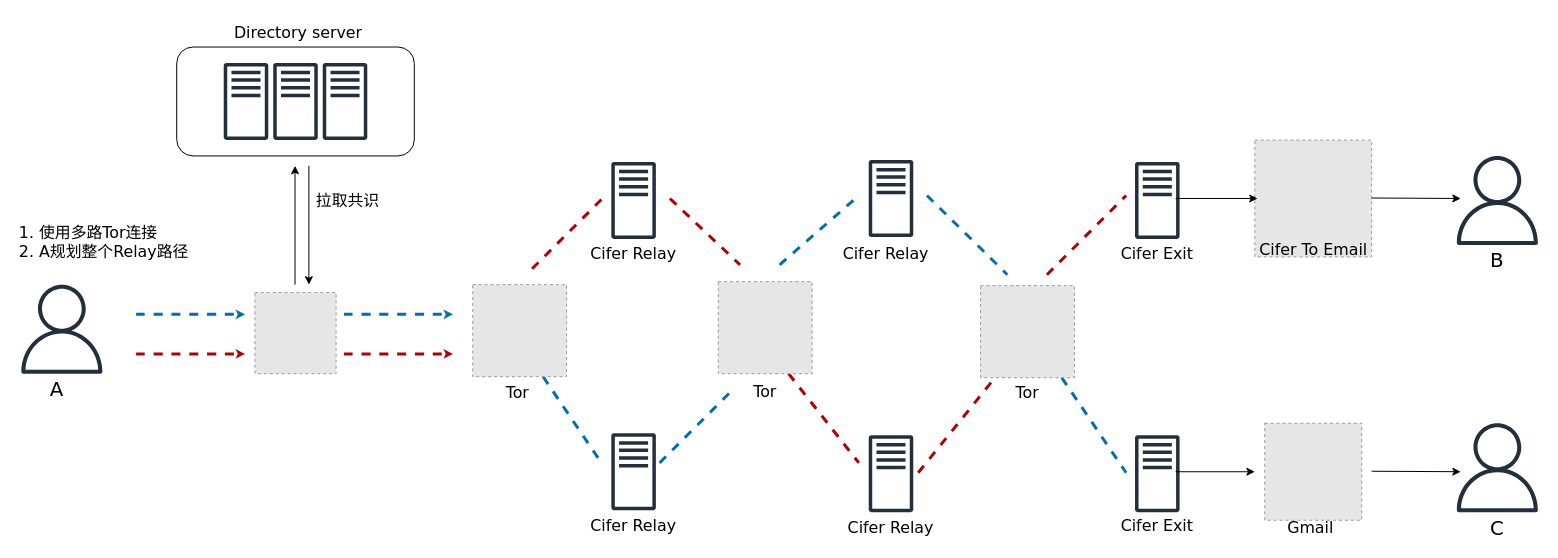
The draw.io diagram page "第 17 页" (17 of 18) of src/main/java/Untitled Diagram.drawio in fiking1984/packetAnalyze, before the edit. Source tidied: cells renumbered, new cells numbered last; positions are measured from the earlier drawing's top-left corner, leaving out a move shared by most shapes. Both pictures are drawn from the tidied source at 99%, with x=0, y=0 at pixel (17, 17). Pictures stored in the file or linked from it are replaced by grey dashed boxes.
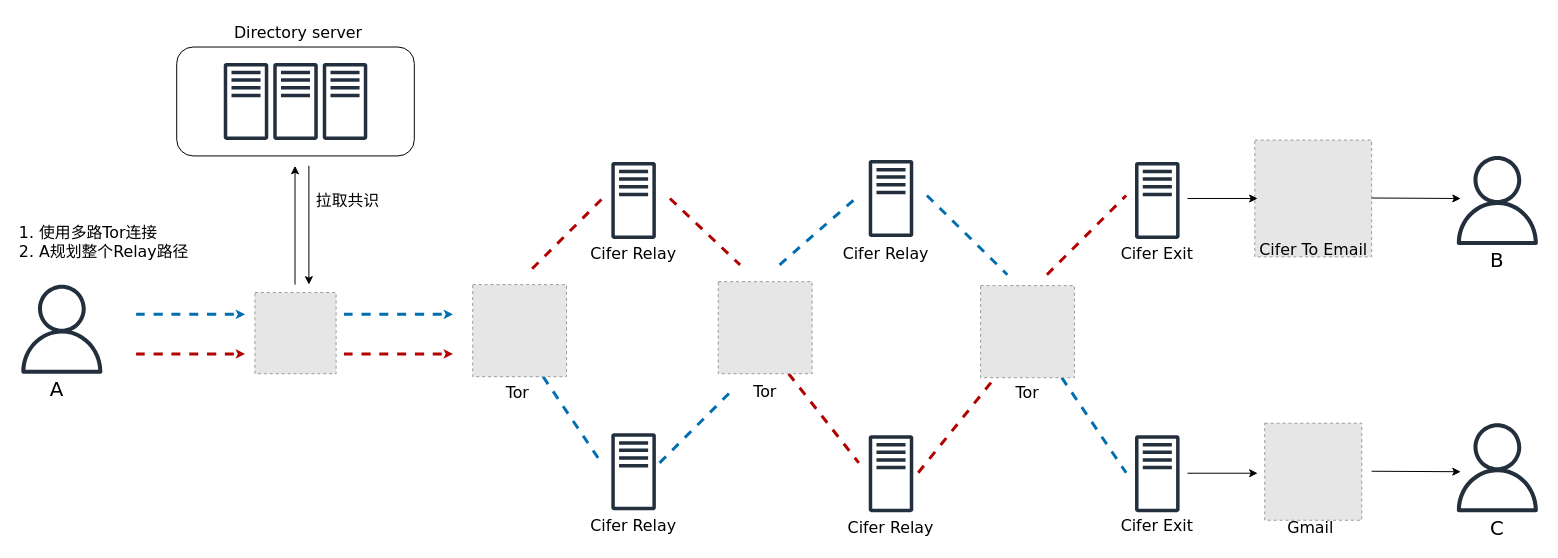
The same diagram, later.

The edit, as a diff of the source:
```diff
@@
-    <mxCell id="38" style="endArrow=classic;html=1;rounded=0;hachureGap=4;fontFamily=Architects Daughter;entryX=0;entryY=0.5;entryDx=0;entryDy=0;" parent="1" edge="1">
-      <mxGeometry relative="1" as="geometry">
-        <mxPoint x="1170" y="459" as="sourcePoint" />
-        <mxPoint x="1250" y="459" as="targetPoint" />
-      </mxGeometry>
-    </mxCell>
     <mxCell id="39" style="endArrow=classic;html=1;rounded=0;hachureGap=4;fontFamily=Architects Daughter;entryX=0;entryY=0.5;entryDx=0;entryDy=0;" parent="1" edge="1">
       <mxGeometry relative="1" as="geometry">
-        <mxPoint x="1170" y="183" as="sourcePoint" />
+        <mxPoint x="1182" y="183" as="sourcePoint" />
         <mxPoint x="1252.8" y="183" as="targetPoint" />
       </mxGeometry>
     </mxCell>
@@
+    <mxCell id="58" style="endArrow=classic;html=1;rounded=0;hachureGap=4;fontFamily=Architects Daughter;entryX=0;entryY=0.5;entryDx=0;entryDy=0;" parent="1" edge="1">
+      <mxGeometry relative="1" as="geometry">
+        <mxPoint x="1182" y="460.5" as="sourcePoint" />
+        <mxPoint x="1252.8" y="460.5" as="targetPoint" />
+      </mxGeometry>
+    </mxCell>
```
